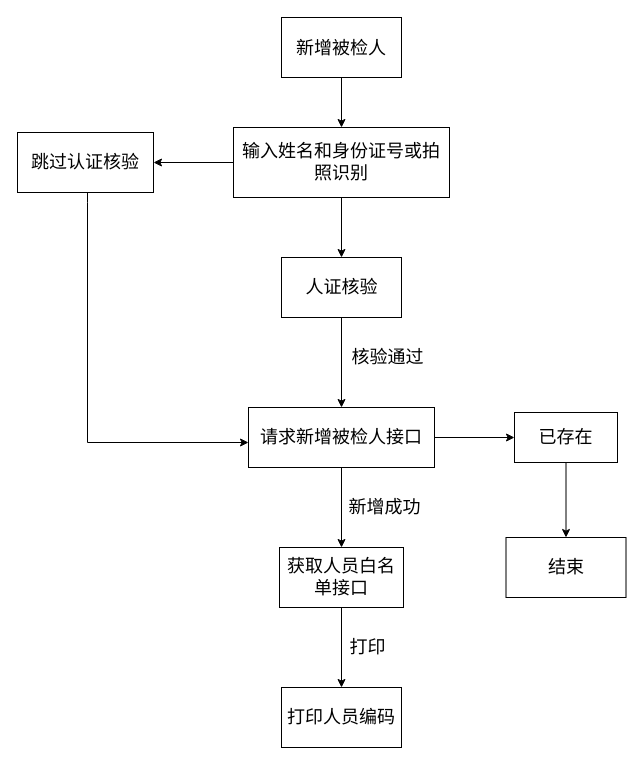
Before: 广纳达康吸毒检测管理APP软件结构图.drawio in lliecho/test, a draw.io diagram. Source tidied: cells renumbered, new cells numbered last; positions are measured from the earlier drawing's top-left corner, leaving out a move shared by most shapes. Both pictures are drawn from the tidied source at 100%, with x=0, y=0 at pixel (17, 17).
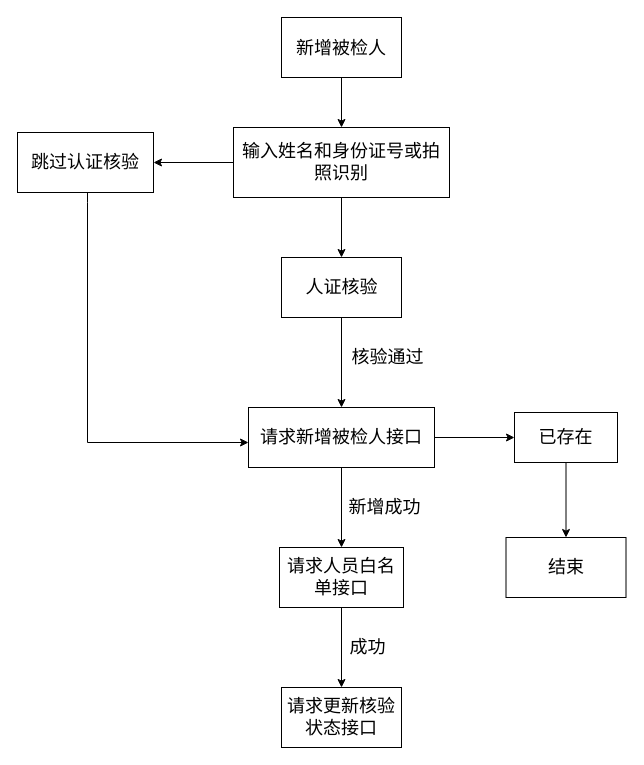
After the change.

Commit message (it also covers changes not shown here):
更新广纳达康吸毒检测管理APP软件结构图.drawio

Change to the diagram source:
```diff
@@
-    <mxCell id="19" value="获取人员白名单接口" style="whiteSpace=wrap;html=1;fontSize=18;rounded=0;" parent="1" vertex="1">
+    <mxCell id="19" value="请求人员白名单接口" style="whiteSpace=wrap;html=1;fontSize=18;rounded=0;" parent="1" vertex="1">
       <mxGeometry x="262" y="530" width="124" height="60" as="geometry" />
     </mxCell>
@@
-    <mxCell id="21" value="打印人员编码" style="whiteSpace=wrap;html=1;fontSize=18;rounded=0;" parent="1" vertex="1">
+    <mxCell id="21" value="请求更新核验状态接口" style="whiteSpace=wrap;html=1;fontSize=18;rounded=0;" parent="1" vertex="1">
       <mxGeometry x="264" y="670" width="120" height="60" as="geometry" />
     </mxCell>
-    <mxCell id="22" value="打印" style="text;html=1;align=center;verticalAlign=middle;strokeColor=none;fillColor=none;fontSize=18;" parent="1" vertex="1">
+    <mxCell id="22" value="成功" style="text;html=1;align=center;verticalAlign=middle;strokeColor=none;fillColor=none;fontSize=18;" parent="1" vertex="1">
       <mxGeometry x="320" y="610" width="60" height="40" as="geometry" />
     </mxCell>
```
